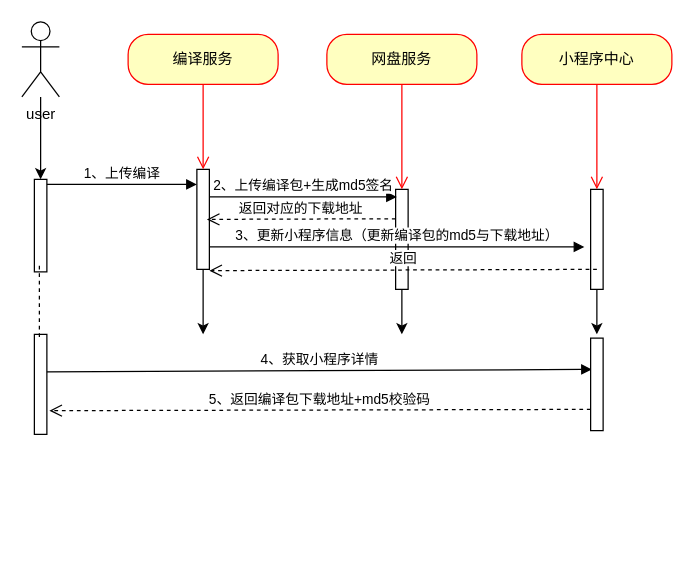
Earlier version of the draw.io diagram Untitled Diagram.drawio (foshougua/temp). Source tidied: cells renumbered, new cells numbered last; positions are measured from the earlier drawing's top-left corner, leaving out a move shared by most shapes. Both pictures are drawn from the tidied source at 125%, with x=0, y=0 at pixel (21, 21).
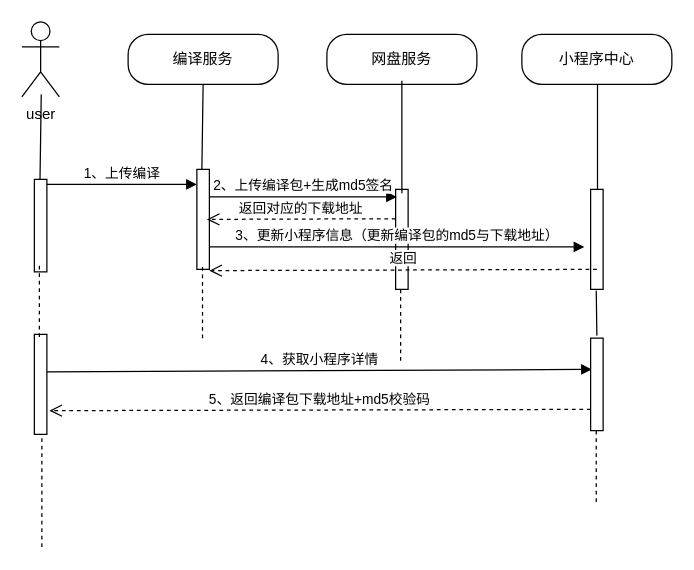
The same page after the edit.

The change refers to these unchanged cells:
```xml
<mxCell id="3" style="html=1;points=[];perimeter=orthogonalPerimeter;" parent="1" vertex="1">
  <mxGeometry x="140" y="118" width="10" height="80" as="geometry" />
</mxCell>
<mxCell id="7" value="user" style="shape=umlActor;verticalLabelPosition=bottom;verticalAlign=top;html=1;" parent="1" vertex="1">
  <mxGeometry width="30" height="60" as="geometry" />
</mxCell>
<mxCell id="8" style="html=1;points=[];perimeter=orthogonalPerimeter;" parent="1" vertex="1">
  <mxGeometry x="10" y="126" width="10" height="74" as="geometry" />
</mxCell>
<mxCell id="10" style="html=1;points=[];perimeter=orthogonalPerimeter;" parent="1" vertex="1">
  <mxGeometry x="299" y="134" width="10" height="80" as="geometry" />
</mxCell>
<mxCell id="14" style="html=1;points=[];perimeter=orthogonalPerimeter;" parent="1" vertex="1">
  <mxGeometry x="455" y="134" width="10" height="80" as="geometry" />
</mxCell>
<mxCell id="22" style="html=1;points=[];perimeter=orthogonalPerimeter;" parent="1" vertex="1">
  <mxGeometry x="10" y="250" width="10" height="80" as="geometry" />
</mxCell>
```

Change to the diagram source:
```diff
@@
-    <mxCell id="2" style="edgeStyle=orthogonalEdgeStyle;rounded=0;jettySize=auto;html=1;" parent="1" edge="1" source="3">
-      <mxGeometry relative="1" as="geometry">
-        <mxPoint x="145" y="250" as="targetPoint" />
-      </mxGeometry>
-    </mxCell>
@@
-    <mxCell id="4" value="编译服务" style="rounded=1;whiteSpace=wrap;html=1;arcSize=40;fontColor=#000000;fillColor=#ffffc0;strokeColor=#ff0000;" parent="1" vertex="1">
+    <mxCell id="4" value="编译服务" style="rounded=1;whiteSpace=wrap;html=1;arcSize=40;" parent="1" vertex="1">
       <mxGeometry x="85" y="10" width="120" height="40" as="geometry" />
     </mxCell>
-    <mxCell id="5" style="edgeStyle=orthogonalEdgeStyle;html=1;verticalAlign=bottom;endArrow=open;endSize=8;strokeColor=#ff0000;entryX=0.5;entryY=0;entryDx=0;entryDy=0;entryPerimeter=0;" parent="1" edge="1" source="4" target="3">
-      <mxGeometry relative="1" as="geometry" />
-    </mxCell>
-    <mxCell id="6" style="edgeStyle=orthogonalEdgeStyle;rounded=0;jettySize=auto;html=1;" parent="1" edge="1" source="7" target="8">
-      <mxGeometry relative="1" as="geometry" />
-    </mxCell>
@@
-    <mxCell id="9" style="edgeStyle=orthogonalEdgeStyle;rounded=0;jettySize=auto;html=1;" parent="1" edge="1" source="10">
-      <mxGeometry relative="1" as="geometry">
-        <mxPoint x="304" y="250" as="targetPoint" />
-      </mxGeometry>
-    </mxCell>
@@
-    <mxCell id="11" value="网盘服务" style="rounded=1;whiteSpace=wrap;html=1;arcSize=40;fontColor=#000000;fillColor=#ffffc0;strokeColor=#ff0000;" parent="1" vertex="1">
+    <mxCell id="11" value="网盘服务" style="rounded=1;whiteSpace=wrap;html=1;arcSize=40;" parent="1" vertex="1">
       <mxGeometry x="244" y="10" width="120" height="40" as="geometry" />
     </mxCell>
-    <mxCell id="12" style="edgeStyle=orthogonalEdgeStyle;html=1;verticalAlign=bottom;endArrow=open;endSize=8;strokeColor=#ff0000;entryX=0.5;entryY=0;entryDx=0;entryDy=0;entryPerimeter=0;" parent="1" edge="1" source="11" target="10">
-      <mxGeometry relative="1" as="geometry" />
-    </mxCell>
-    <mxCell id="13" style="edgeStyle=orthogonalEdgeStyle;rounded=0;jettySize=auto;html=1;" parent="1" edge="1" source="14">
-      <mxGeometry relative="1" as="geometry">
-        <mxPoint x="460" y="250" as="targetPoint" />
-      </mxGeometry>
-    </mxCell>
@@
-    <mxCell id="15" value="小程序中心" style="rounded=1;whiteSpace=wrap;html=1;arcSize=40;fontColor=#000000;fillColor=#ffffc0;strokeColor=#ff0000;" parent="1" vertex="1">
+    <mxCell id="15" value="小程序中心" style="rounded=1;whiteSpace=wrap;html=1;arcSize=40;" parent="1" vertex="1">
       <mxGeometry x="400" y="10" width="120" height="40" as="geometry" />
     </mxCell>
-    <mxCell id="16" style="edgeStyle=orthogonalEdgeStyle;html=1;verticalAlign=bottom;endArrow=open;endSize=8;strokeColor=#ff0000;entryX=0.5;entryY=0;entryDx=0;entryDy=0;entryPerimeter=0;" parent="1" edge="1" source="15" target="14">
-      <mxGeometry relative="1" as="geometry" />
-    </mxCell>
@@
+    <mxCell id="27" style="endArrow=none;html=1;entryX=0.5;entryY=1;entryDx=0;entryDy=0;exitX=0.4;exitY=0;exitDx=0;exitDy=0;exitPerimeter=0;" parent="1" edge="1" source="3" target="4">
+      <mxGeometry relative="1" as="geometry" />
+    </mxCell>
+    <mxCell id="28" style="endArrow=none;html=1;" parent="1" edge="1">
+      <mxGeometry relative="1" as="geometry">
+        <mxPoint x="304" y="137" as="sourcePoint" />
+        <mxPoint x="304" y="47" as="targetPoint" />
+      </mxGeometry>
+    </mxCell>
+    <mxCell id="29" style="endArrow=none;html=1;entryX=0.5;entryY=1;entryDx=0;entryDy=0;" parent="1" edge="1" source="14">
+      <mxGeometry relative="1" as="geometry">
+        <mxPoint x="460.5" y="50" as="targetPoint" />
+      </mxGeometry>
+    </mxCell>
+    <mxCell id="30" style="endArrow=none;html=1;entryX=0.5;entryY=1;entryDx=0;entryDy=0;" parent="1" edge="1">
+      <mxGeometry relative="1" as="geometry">
+        <mxPoint x="460" y="251" as="sourcePoint" />
+        <mxPoint x="459.5" y="215" as="targetPoint" />
+      </mxGeometry>
+    </mxCell>
+    <mxCell id="31" style="endArrow=none;dashed=1;html=1;" parent="1" edge="1">
+      <mxGeometry relative="1" as="geometry">
+        <mxPoint x="144.5" y="253" as="sourcePoint" />
+        <mxPoint x="144.5" y="196" as="targetPoint" />
+      </mxGeometry>
+    </mxCell>
+    <mxCell id="32" style="endArrow=none;dashed=1;html=1;" parent="1" edge="1">
+      <mxGeometry relative="1" as="geometry">
+        <mxPoint x="303" y="271" as="sourcePoint" />
+        <mxPoint x="303" y="214" as="targetPoint" />
+      </mxGeometry>
+    </mxCell>
+    <mxCell id="33" style="endArrow=none;html=1;entryX=0.5;entryY=1;entryDx=0;entryDy=0;exitX=0.4;exitY=0;exitDx=0;exitDy=0;exitPerimeter=0;" parent="1" edge="1">
+      <mxGeometry relative="1" as="geometry">
+        <mxPoint x="14.5" y="126" as="sourcePoint" />
+        <mxPoint x="15.5" y="58" as="targetPoint" />
+      </mxGeometry>
+    </mxCell>
+    <mxCell id="34" style="endArrow=none;dashed=1;html=1;entryX=0.6;entryY=1.038;entryDx=0;entryDy=0;entryPerimeter=0;" parent="1" edge="1" target="22">
+      <mxGeometry relative="1" as="geometry">
+        <mxPoint x="16" y="420" as="sourcePoint" />
+      </mxGeometry>
+    </mxCell>
+    <mxCell id="35" style="endArrow=none;dashed=1;html=1;" parent="1" edge="1">
+      <mxGeometry relative="1" as="geometry">
+        <mxPoint x="459.5" y="384" as="sourcePoint" />
+        <mxPoint x="459.5" y="327" as="targetPoint" />
+      </mxGeometry>
+    </mxCell>
```
